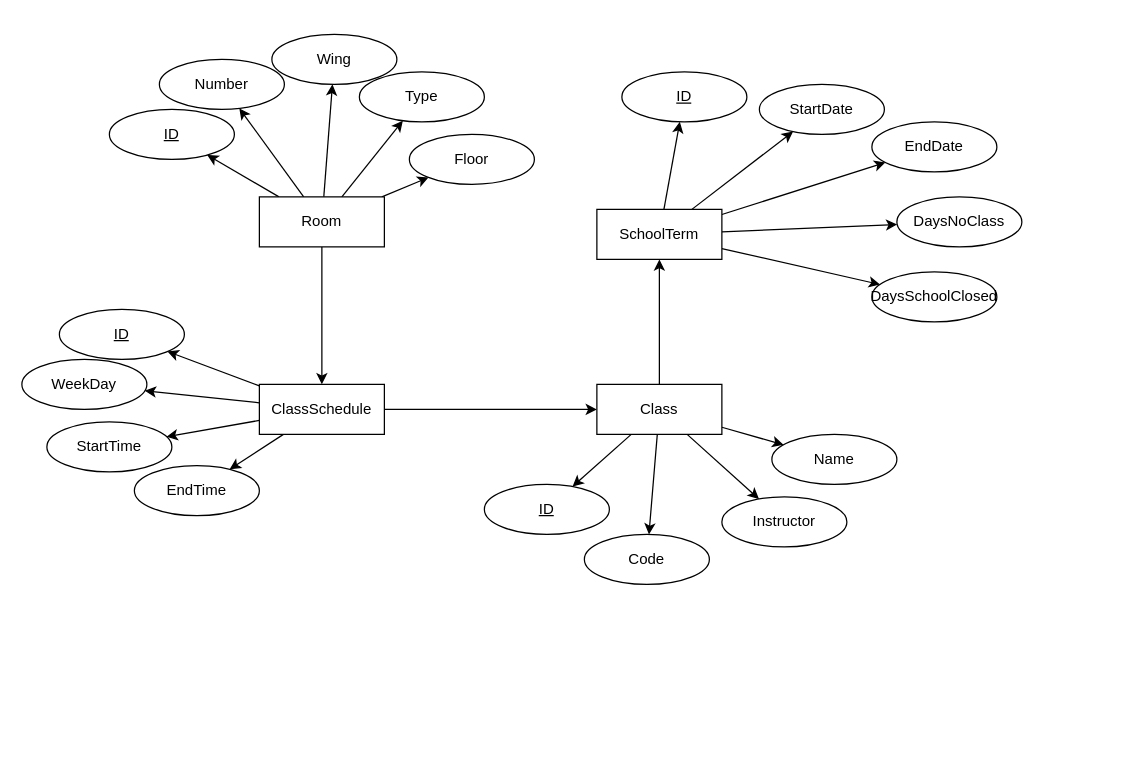
Before: design/erd.drawio in benhovinga/nscc-hackathon-26, a draw.io diagram. Source tidied: cells renumbered, new cells numbered last; positions are measured from the earlier drawing's top-left corner, leaving out a move shared by most shapes. Both pictures are drawn from the tidied source at 125%, with x=0, y=0 at pixel (21, 34).
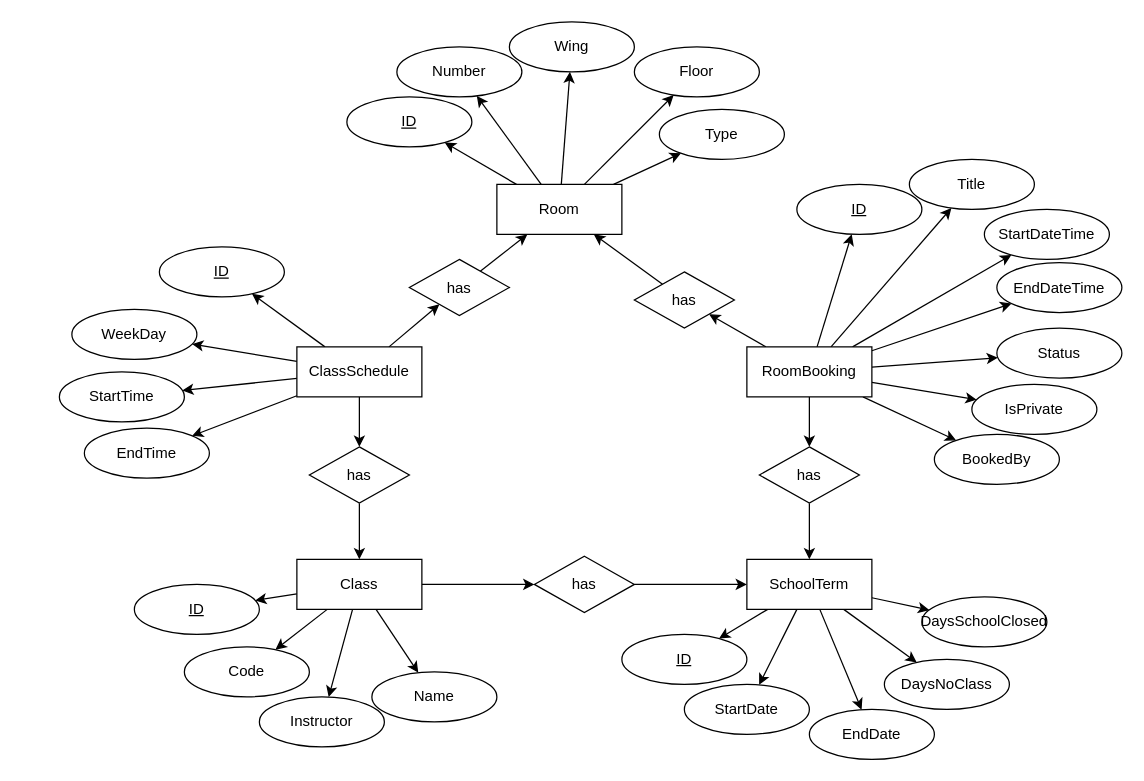
The same page after the edit.

Change to the diagram source:
```diff
@@
-    <mxCell id="7" style="edgeStyle=none;html=1;" parent="1" edge="1" source="8" target="30">
-      <mxGeometry relative="1" as="geometry" />
-    </mxCell>
     <mxCell id="8" value="Room" style="whiteSpace=wrap;html=1;align=center;" parent="1" vertex="1">
-      <mxGeometry x="190" y="130" width="100" height="40" as="geometry" />
+      <mxGeometry x="380" y="120" width="100" height="40" as="geometry" />
     </mxCell>
     <mxCell id="9" value="ID" style="ellipse;whiteSpace=wrap;html=1;align=center;fontStyle=4;" parent="1" vertex="1">
-      <mxGeometry x="70" y="60" width="100" height="40" as="geometry" />
+      <mxGeometry x="260" y="50" width="100" height="40" as="geometry" />
     </mxCell>
     <mxCell id="10" value="Number" style="ellipse;whiteSpace=wrap;html=1;align=center;" parent="1" vertex="1">
-      <mxGeometry x="110" y="20" width="100" height="40" as="geometry" />
+      <mxGeometry x="300" y="10" width="100" height="40" as="geometry" />
     </mxCell>
     <mxCell id="11" value="Wing" style="ellipse;whiteSpace=wrap;html=1;align=center;" parent="1" vertex="1">
-      <mxGeometry x="200" width="100" height="40" as="geometry" />
+      <mxGeometry x="390" y="-10" width="100" height="40" as="geometry" />
     </mxCell>
     <mxCell id="12" value="Type" style="ellipse;whiteSpace=wrap;html=1;align=center;" parent="1" vertex="1">
-      <mxGeometry x="270" y="30" width="100" height="40" as="geometry" />
+      <mxGeometry x="510" y="60" width="100" height="40" as="geometry" />
     </mxCell>
     <mxCell id="13" value="Floor" style="ellipse;whiteSpace=wrap;html=1;align=center;" parent="1" vertex="1">
-      <mxGeometry x="310" y="80" width="100" height="40" as="geometry" />
+      <mxGeometry x="490" y="10" width="100" height="40" as="geometry" />
     </mxCell>
@@
     <mxCell id="19" value="SchoolTerm" style="whiteSpace=wrap;html=1;align=center;" parent="1" vertex="1">
-      <mxGeometry x="460" y="140" width="100" height="40" as="geometry" />
+      <mxGeometry x="580" y="420" width="100" height="40" as="geometry" />
     </mxCell>
     <mxCell id="20" value="StartDate" style="ellipse;whiteSpace=wrap;html=1;align=center;" parent="1" vertex="1">
-      <mxGeometry x="590" y="40" width="100" height="40" as="geometry" />
+      <mxGeometry x="530" y="520" width="100" height="40" as="geometry" />
     </mxCell>
     <mxCell id="21" value="EndDate" style="ellipse;whiteSpace=wrap;html=1;align=center;" parent="1" vertex="1">
-      <mxGeometry x="680" y="70" width="100" height="40" as="geometry" />
+      <mxGeometry x="630" y="540" width="100" height="40" as="geometry" />
     </mxCell>
     <mxCell id="22" value="ID" style="ellipse;whiteSpace=wrap;html=1;align=center;fontStyle=4;" parent="1" vertex="1">
-      <mxGeometry x="480" y="30" width="100" height="40" as="geometry" />
+      <mxGeometry x="480" y="480" width="100" height="40" as="geometry" />
     </mxCell>
     <mxCell id="23" value="DaysNoClass" style="ellipse;whiteSpace=wrap;html=1;align=center;" parent="1" vertex="1">
-      <mxGeometry x="700" y="130" width="100" height="40" as="geometry" />
+      <mxGeometry x="690" y="500" width="100" height="40" as="geometry" />
     </mxCell>
     <mxCell id="24" value="DaysSchoolClosed" style="ellipse;whiteSpace=wrap;html=1;align=center;" parent="1" vertex="1">
-      <mxGeometry x="680" y="190" width="100" height="40" as="geometry" />
+      <mxGeometry x="720" y="450" width="100" height="40" as="geometry" />
     </mxCell>
-    <mxCell id="25" style="edgeStyle=none;html=1;" parent="1" edge="1" source="30" target="37">
+    <mxCell id="25" style="edgeStyle=none;html=1;" parent="1" edge="1" source="30" target="61">
       <mxGeometry relative="1" as="geometry" />
     </mxCell>
@@
+    <mxCell id="45" style="edgeStyle=none;html=1;" parent="1" edge="1" source="30" target="69">
+      <mxGeometry relative="1" as="geometry" />
+    </mxCell>
     <mxCell id="30" value="ClassSchedule" style="whiteSpace=wrap;html=1;align=center;" parent="1" vertex="1">
-      <mxGeometry x="190" y="280" width="100" height="40" as="geometry" />
+      <mxGeometry x="220" y="250" width="100" height="40" as="geometry" />
     </mxCell>
     <mxCell id="31" value="ID" style="ellipse;whiteSpace=wrap;html=1;align=center;fontStyle=4;" parent="1" vertex="1">
-      <mxGeometry x="30" y="220" width="100" height="40" as="geometry" />
+      <mxGeometry x="110" y="170" width="100" height="40" as="geometry" />
     </mxCell>
-    <mxCell id="32" style="edgeStyle=none;html=1;" parent="1" edge="1" source="37" target="19">
+    <mxCell id="32" style="edgeStyle=none;html=1;" parent="1" edge="1" source="37" target="63">
       <mxGeometry relative="1" as="geometry" />
     </mxCell>
@@
     <mxCell id="37" value="Class" style="whiteSpace=wrap;html=1;align=center;" parent="1" vertex="1">
-      <mxGeometry x="460" y="280" width="100" height="40" as="geometry" />
+      <mxGeometry x="220" y="420" width="100" height="40" as="geometry" />
     </mxCell>
     <mxCell id="38" value="WeekDay" style="ellipse;whiteSpace=wrap;html=1;align=center;" parent="1" vertex="1">
-      <mxGeometry y="260" width="100" height="40" as="geometry" />
+      <mxGeometry x="40" y="220" width="100" height="40" as="geometry" />
     </mxCell>
     <mxCell id="39" value="StartTime" style="ellipse;whiteSpace=wrap;html=1;align=center;" parent="1" vertex="1">
-      <mxGeometry x="20" y="310" width="100" height="40" as="geometry" />
+      <mxGeometry x="30" y="270" width="100" height="40" as="geometry" />
     </mxCell>
     <mxCell id="40" value="EndTime" style="ellipse;whiteSpace=wrap;html=1;align=center;" parent="1" vertex="1">
-      <mxGeometry x="90" y="345" width="100" height="40" as="geometry" />
+      <mxGeometry x="50" y="315" width="100" height="40" as="geometry" />
     </mxCell>
     <mxCell id="41" value="ID" style="ellipse;whiteSpace=wrap;html=1;align=center;fontStyle=4;" parent="1" vertex="1">
-      <mxGeometry x="370" y="360" width="100" height="40" as="geometry" />
+      <mxGeometry x="90" y="440" width="100" height="40" as="geometry" />
     </mxCell>
     <mxCell id="42" value="Name" style="ellipse;whiteSpace=wrap;html=1;align=center;" parent="1" vertex="1">
-      <mxGeometry x="600" y="320" width="100" height="40" as="geometry" />
+      <mxGeometry x="280" y="510" width="100" height="40" as="geometry" />
     </mxCell>
     <mxCell id="43" value="Code" style="ellipse;whiteSpace=wrap;html=1;align=center;" parent="1" vertex="1">
-      <mxGeometry x="450" y="400" width="100" height="40" as="geometry" />
+      <mxGeometry x="130" y="490" width="100" height="40" as="geometry" />
     </mxCell>
     <mxCell id="44" value="Instructor" style="ellipse;whiteSpace=wrap;html=1;align=center;" parent="1" vertex="1">
-      <mxGeometry x="560" y="370" width="100" height="40" as="geometry" />
+      <mxGeometry x="190" y="530" width="100" height="40" as="geometry" />
     </mxCell>
+    <mxCell id="46" style="edgeStyle=none;html=1;" parent="1" edge="1" source="55" target="67">
+      <mxGeometry relative="1" as="geometry" />
+    </mxCell>
+    <mxCell id="47" style="edgeStyle=none;html=1;" parent="1" edge="1" source="55" target="65">
+      <mxGeometry relative="1" as="geometry" />
+    </mxCell>
+    <mxCell id="48" style="edgeStyle=none;html=1;" parent="1" edge="1" source="55" target="56">
+      <mxGeometry relative="1" as="geometry" />
+    </mxCell>
+    <mxCell id="49" style="edgeStyle=none;html=1;" parent="1" edge="1" source="55" target="57">
+      <mxGeometry relative="1" as="geometry" />
+    </mxCell>
+    <mxCell id="50" style="edgeStyle=none;html=1;" parent="1" edge="1" source="55" target="58">
+      <mxGeometry relative="1" as="geometry" />
+    </mxCell>
+    <mxCell id="51" style="edgeStyle=none;html=1;" parent="1" edge="1" source="55" target="59">
+      <mxGeometry relative="1" as="geometry" />
+    </mxCell>
+    <mxCell id="52" style="edgeStyle=none;html=1;" parent="1" edge="1" source="55" target="70">
+      <mxGeometry relative="1" as="geometry" />
+    </mxCell>
+    <mxCell id="53" style="edgeStyle=none;html=1;" parent="1" edge="1" source="55" target="71">
+      <mxGeometry relative="1" as="geometry" />
+    </mxCell>
+    <mxCell id="54" style="edgeStyle=none;html=1;" parent="1" edge="1" source="55" target="72">
+      <mxGeometry relative="1" as="geometry" />
+    </mxCell>
+    <mxCell id="55" value="RoomBooking" style="whiteSpace=wrap;html=1;align=center;" parent="1" vertex="1">
+      <mxGeometry x="580" y="250" width="100" height="40" as="geometry" />
+    </mxCell>
+    <mxCell id="56" value="ID" style="ellipse;whiteSpace=wrap;html=1;align=center;fontStyle=4;" parent="1" vertex="1">
+      <mxGeometry x="620" y="120" width="100" height="40" as="geometry" />
+    </mxCell>
+    <mxCell id="57" value="Title" style="ellipse;whiteSpace=wrap;html=1;align=center;" parent="1" vertex="1">
+      <mxGeometry x="710" y="100" width="100" height="40" as="geometry" />
+    </mxCell>
+    <mxCell id="58" value="StartDateTime" style="ellipse;whiteSpace=wrap;html=1;align=center;" parent="1" vertex="1">
+      <mxGeometry x="770" y="140" width="100" height="40" as="geometry" />
+    </mxCell>
+    <mxCell id="59" value="EndDateTime" style="ellipse;whiteSpace=wrap;html=1;align=center;" parent="1" vertex="1">
+      <mxGeometry x="780" y="182.5" width="100" height="40" as="geometry" />
+    </mxCell>
+    <mxCell id="60" style="edgeStyle=none;html=1;" parent="1" edge="1" source="61" target="37">
+      <mxGeometry relative="1" as="geometry" />
+    </mxCell>
+    <mxCell id="61" value="has" style="shape=rhombus;perimeter=rhombusPerimeter;whiteSpace=wrap;html=1;align=center;" parent="1" vertex="1">
+      <mxGeometry x="230" y="330" width="80" height="45" as="geometry" />
+    </mxCell>
+    <mxCell id="62" style="edgeStyle=none;html=1;" parent="1" edge="1" source="63" target="19">
+      <mxGeometry relative="1" as="geometry" />
+    </mxCell>
+    <mxCell id="63" value="has" style="shape=rhombus;perimeter=rhombusPerimeter;whiteSpace=wrap;html=1;align=center;" parent="1" vertex="1">
+      <mxGeometry x="410" y="417.5" width="80" height="45" as="geometry" />
+    </mxCell>
+    <mxCell id="64" style="edgeStyle=none;html=1;" parent="1" edge="1" source="65" target="19">
+      <mxGeometry relative="1" as="geometry" />
+    </mxCell>
+    <mxCell id="65" value="has" style="shape=rhombus;perimeter=rhombusPerimeter;whiteSpace=wrap;html=1;align=center;" parent="1" vertex="1">
+      <mxGeometry x="590" y="330" width="80" height="45" as="geometry" />
+    </mxCell>
+    <mxCell id="66" style="edgeStyle=none;html=1;" parent="1" edge="1" source="67" target="8">
+      <mxGeometry relative="1" as="geometry" />
+    </mxCell>
+    <mxCell id="67" value="has" style="shape=rhombus;perimeter=rhombusPerimeter;whiteSpace=wrap;html=1;align=center;" parent="1" vertex="1">
+      <mxGeometry x="490" y="190" width="80" height="45" as="geometry" />
+    </mxCell>
+    <mxCell id="68" style="edgeStyle=none;html=1;" parent="1" edge="1" source="69" target="8">
+      <mxGeometry relative="1" as="geometry" />
+    </mxCell>
+    <mxCell id="69" value="has" style="shape=rhombus;perimeter=rhombusPerimeter;whiteSpace=wrap;html=1;align=center;" parent="1" vertex="1">
+      <mxGeometry x="310" y="180" width="80" height="45" as="geometry" />
+    </mxCell>
+    <mxCell id="70" value="Status" style="ellipse;whiteSpace=wrap;html=1;align=center;" parent="1" vertex="1">
+      <mxGeometry x="780" y="235" width="100" height="40" as="geometry" />
+    </mxCell>
+    <mxCell id="71" value="IsPrivate" style="ellipse;whiteSpace=wrap;html=1;align=center;" parent="1" vertex="1">
+      <mxGeometry x="760" y="280" width="100" height="40" as="geometry" />
+    </mxCell>
+    <mxCell id="72" value="BookedBy" style="ellipse;whiteSpace=wrap;html=1;align=center;" parent="1" vertex="1">
+      <mxGeometry x="730" y="320" width="100" height="40" as="geometry" />
+    </mxCell>
```
